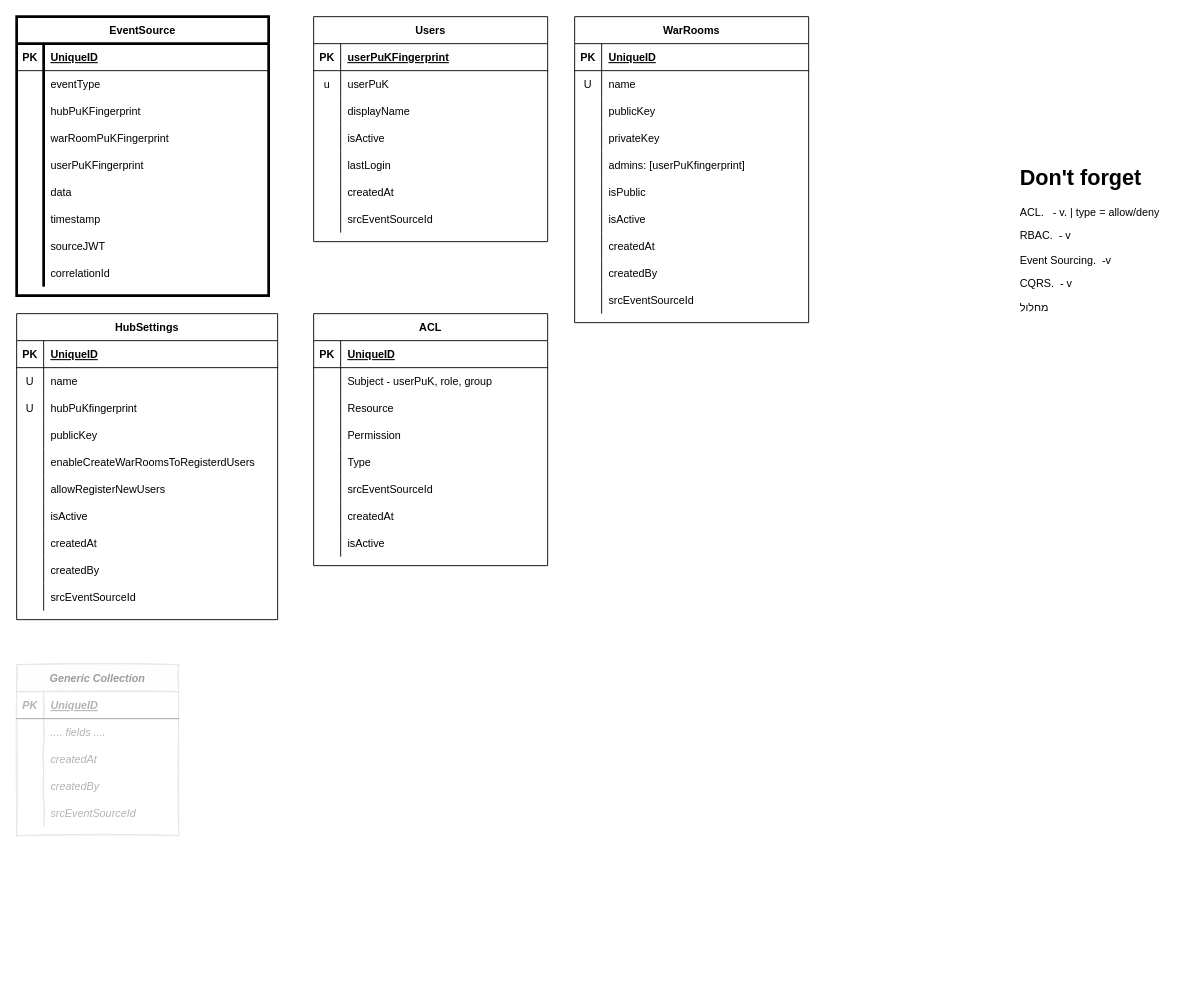
Before: page "ERD" (2 of 2) of docs/architecture/CWarRoom.drawio in alefbt/CivilWarRoom, a draw.io diagram. Source tidied: cells renumbered, new cells numbered last; positions are measured from the earlier drawing's top-left corner, leaving out a move shared by most shapes. Both pictures are drawn from the tidied source at 90%, with x=0, y=0 at pixel (16, 16).
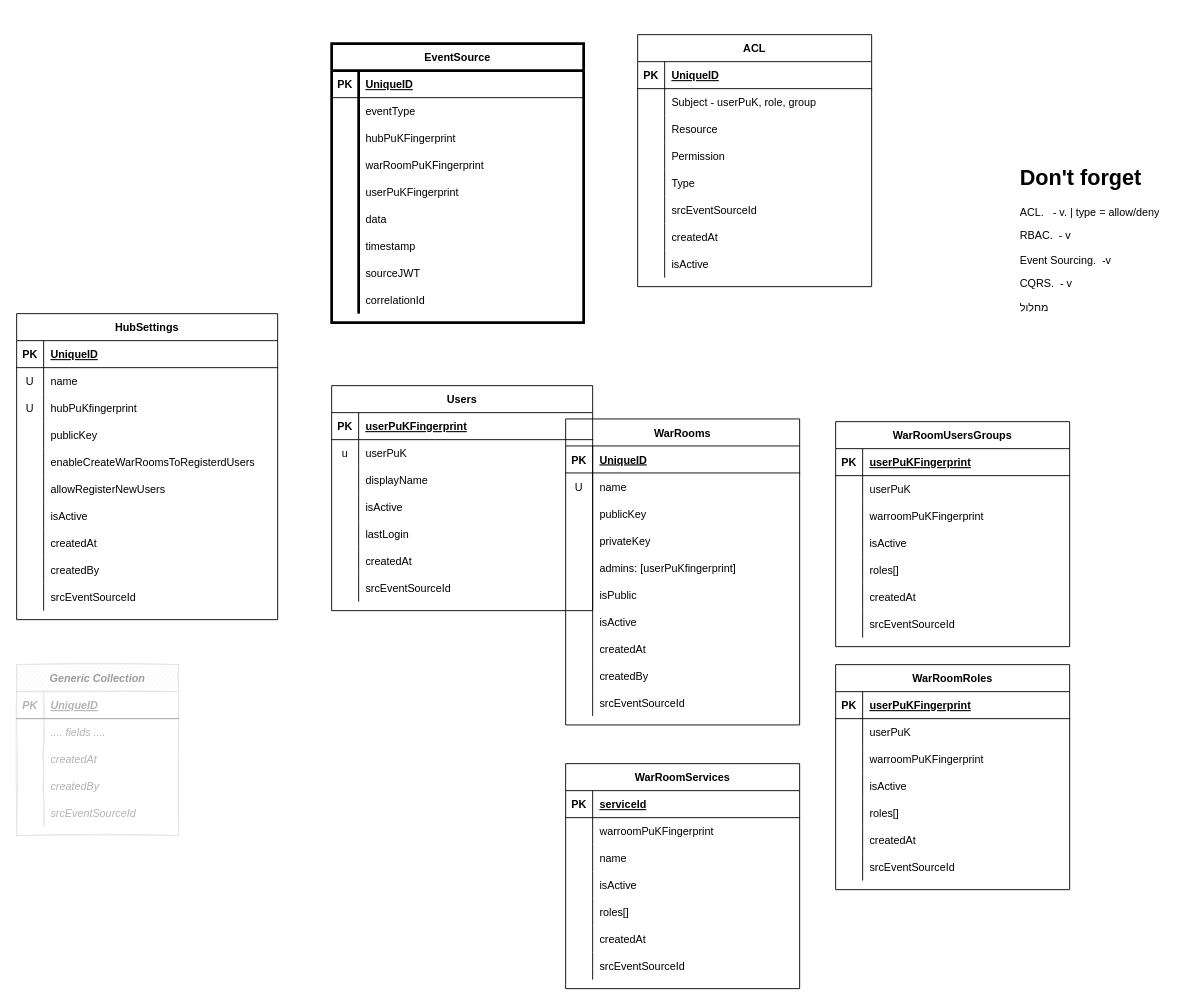
The same page after the edit.

Change to the diagram source:
```diff
@@
     <mxCell id="2" value="ACL" style="shape=table;startSize=30;childLayout=tableLayout;rowLines=0;fontStyle=1;align=center;" parent="1" vertex="1">
-      <mxGeometry x="330" y="330" width="260" height="280" as="geometry" />
+      <mxGeometry x="690" y="20" width="260" height="280" as="geometry" />
     </mxCell>
@@
     <mxCell id="27" value="WarRooms" style="shape=table;startSize=30;childLayout=tableLayout;rowLines=0;fontStyle=1;align=center;" parent="1" vertex="1">
-      <mxGeometry x="620" width="260" height="340" as="geometry" />
+      <mxGeometry x="610" y="447" width="260" height="340" as="geometry" />
     </mxCell>
@@
     <mxCell id="58" value="Users" style="shape=table;startSize=30;childLayout=tableLayout;rowLines=0;fontStyle=1;align=center;" parent="1" vertex="1">
-      <mxGeometry x="330" width="260" height="250" as="geometry" />
+      <mxGeometry x="350" y="410" width="290" height="250" as="geometry" />
     </mxCell>
     <mxCell id="59" style="shape=tableRow;horizontal=0;startSize=0;swimlaneHead=0;swimlaneBody=0;fillColor=none;top=0;left=0;right=0;bottom=1;" parent="58" vertex="1">
-      <mxGeometry y="30" width="260" height="30" as="geometry" />
+      <mxGeometry y="30" width="290" height="30" as="geometry" />
     </mxCell>
@@
     <mxCell id="61" value="userPuKFingerprint" style="shape=partialRectangle;fillColor=none;top=0;left=0;bottom=0;right=0;align=left;spacingLeft=6;fontStyle=5;overflow=hidden;" parent="59" vertex="1">
-      <mxGeometry x="30" width="230" height="30" as="geometry" />
+      <mxGeometry x="30" width="260" height="30" as="geometry" />
     </mxCell>
     <mxCell id="62" style="shape=tableRow;horizontal=0;startSize=0;swimlaneHead=0;swimlaneBody=0;fillColor=none;top=0;left=0;right=0;bottom=0;" parent="58" vertex="1">
-      <mxGeometry y="60" width="260" height="30" as="geometry" />
+      <mxGeometry y="60" width="290" height="30" as="geometry" />
     </mxCell>
@@
     <mxCell id="64" value="userPuK" style="shape=partialRectangle;fillColor=none;top=0;left=0;bottom=0;right=0;align=left;spacingLeft=6;overflow=hidden;" parent="62" vertex="1">
-      <mxGeometry x="30" width="230" height="30" as="geometry" />
+      <mxGeometry x="30" width="260" height="30" as="geometry" />
     </mxCell>
     <mxCell id="65" style="shape=tableRow;horizontal=0;startSize=0;swimlaneHead=0;swimlaneBody=0;fillColor=none;top=0;left=0;right=0;bottom=0;" parent="58" vertex="1">
-      <mxGeometry y="90" width="260" height="30" as="geometry" />
+      <mxGeometry y="90" width="290" height="30" as="geometry" />
     </mxCell>
@@
     <mxCell id="67" value="displayName" style="shape=partialRectangle;fillColor=none;top=0;left=0;bottom=0;right=0;align=left;spacingLeft=6;overflow=hidden;" parent="65" vertex="1">
-      <mxGeometry x="30" width="230" height="30" as="geometry" />
+      <mxGeometry x="30" width="260" height="30" as="geometry" />
     </mxCell>
     <mxCell id="68" style="shape=tableRow;horizontal=0;startSize=0;swimlaneHead=0;swimlaneBody=0;fillColor=none;top=0;left=0;right=0;bottom=0;" parent="58" vertex="1">
-      <mxGeometry y="120" width="260" height="30" as="geometry" />
+      <mxGeometry y="120" width="290" height="30" as="geometry" />
     </mxCell>
@@
     <mxCell id="70" value="isActive" style="shape=partialRectangle;fillColor=none;top=0;left=0;bottom=0;right=0;align=left;spacingLeft=6;overflow=hidden;" parent="68" vertex="1">
-      <mxGeometry x="30" width="230" height="30" as="geometry" />
+      <mxGeometry x="30" width="260" height="30" as="geometry" />
     </mxCell>
     <mxCell id="71" style="shape=tableRow;horizontal=0;startSize=0;swimlaneHead=0;swimlaneBody=0;fillColor=none;top=0;left=0;right=0;bottom=0;" parent="58" vertex="1">
-      <mxGeometry y="150" width="260" height="30" as="geometry" />
+      <mxGeometry y="150" width="290" height="30" as="geometry" />
     </mxCell>
@@
     <mxCell id="73" value="lastLogin" style="shape=partialRectangle;fillColor=none;top=0;left=0;bottom=0;right=0;align=left;spacingLeft=6;overflow=hidden;" parent="71" vertex="1">
-      <mxGeometry x="30" width="230" height="30" as="geometry" />
+      <mxGeometry x="30" width="260" height="30" as="geometry" />
     </mxCell>
     <mxCell id="74" style="shape=tableRow;horizontal=0;startSize=0;swimlaneHead=0;swimlaneBody=0;fillColor=none;top=0;left=0;right=0;bottom=0;" parent="58" vertex="1">
-      <mxGeometry y="180" width="260" height="30" as="geometry" />
+      <mxGeometry y="180" width="290" height="30" as="geometry" />
     </mxCell>
@@
     <mxCell id="76" value="createdAt" style="shape=partialRectangle;fillColor=none;top=0;left=0;bottom=0;right=0;align=left;spacingLeft=6;overflow=hidden;" parent="74" vertex="1">
-      <mxGeometry x="30" width="230" height="30" as="geometry" />
+      <mxGeometry x="30" width="260" height="30" as="geometry" />
     </mxCell>
     <mxCell id="77" style="shape=tableRow;horizontal=0;startSize=0;swimlaneHead=0;swimlaneBody=0;fillColor=none;top=0;left=0;right=0;bottom=0;" parent="58" vertex="1">
-      <mxGeometry y="210" width="260" height="30" as="geometry" />
+      <mxGeometry y="210" width="290" height="30" as="geometry" />
     </mxCell>
@@
     <mxCell id="79" value="srcEventSourceId" style="shape=partialRectangle;fillColor=none;top=0;left=0;bottom=0;right=0;align=left;spacingLeft=6;overflow=hidden;" parent="77" vertex="1">
-      <mxGeometry x="30" width="230" height="30" as="geometry" />
+      <mxGeometry x="30" width="260" height="30" as="geometry" />
     </mxCell>
     <mxCell id="80" value="EventSource" style="shape=table;startSize=30;childLayout=tableLayout;rowLines=0;fontStyle=1;align=center;strokeWidth=3;" parent="1" vertex="1">
-      <mxGeometry width="280" height="310" as="geometry" />
+      <mxGeometry x="350" y="30" width="280" height="310" as="geometry" />
     </mxCell>
@@
+    <mxCell id="157" value="WarRoomUsersGroups" style="shape=table;startSize=30;childLayout=tableLayout;rowLines=0;fontStyle=1;align=center;" parent="155" vertex="1">
+      <mxGeometry x="910" y="450" width="260" height="250" as="geometry" />
+    </mxCell>
+    <mxCell id="158" style="shape=tableRow;horizontal=0;startSize=0;swimlaneHead=0;swimlaneBody=0;fillColor=none;top=0;left=0;right=0;bottom=1;" parent="157" vertex="1">
+      <mxGeometry y="30" width="260" height="30" as="geometry" />
+    </mxCell>
+    <mxCell id="159" value="PK" style="shape=partialRectangle;fillColor=none;top=0;left=0;bottom=0;right=0;fontStyle=1;overflow=hidden;" parent="158" vertex="1">
+      <mxGeometry width="30" height="30" as="geometry" />
+    </mxCell>
+    <mxCell id="160" value="userPuKFingerprint" style="shape=partialRectangle;fillColor=none;top=0;left=0;bottom=0;right=0;align=left;spacingLeft=6;fontStyle=5;overflow=hidden;" parent="158" vertex="1">
+      <mxGeometry x="30" width="230" height="30" as="geometry" />
+    </mxCell>
+    <mxCell id="161" style="shape=tableRow;horizontal=0;startSize=0;swimlaneHead=0;swimlaneBody=0;fillColor=none;top=0;left=0;right=0;bottom=0;" parent="157" vertex="1">
+      <mxGeometry y="60" width="260" height="30" as="geometry" />
+    </mxCell>
+    <mxCell id="162" style="shape=partialRectangle;fillColor=none;top=0;left=0;bottom=0;right=0;overflow=hidden;" parent="161" vertex="1">
+      <mxGeometry width="30" height="30" as="geometry" />
+    </mxCell>
+    <mxCell id="163" value="userPuK" style="shape=partialRectangle;fillColor=none;top=0;left=0;bottom=0;right=0;align=left;spacingLeft=6;overflow=hidden;" parent="161" vertex="1">
+      <mxGeometry x="30" width="230" height="30" as="geometry" />
+    </mxCell>
+    <mxCell id="164" style="shape=tableRow;horizontal=0;startSize=0;swimlaneHead=0;swimlaneBody=0;fillColor=none;top=0;left=0;right=0;bottom=0;" parent="157" vertex="1">
+      <mxGeometry y="90" width="260" height="30" as="geometry" />
+    </mxCell>
+    <mxCell id="165" style="shape=partialRectangle;fillColor=none;top=0;left=0;bottom=0;right=0;overflow=hidden;" parent="164" vertex="1">
+      <mxGeometry width="30" height="30" as="geometry" />
+    </mxCell>
+    <mxCell id="166" value="warroomPuKFingerprint" style="shape=partialRectangle;fillColor=none;top=0;left=0;bottom=0;right=0;align=left;spacingLeft=6;overflow=hidden;" parent="164" vertex="1">
+      <mxGeometry x="30" width="230" height="30" as="geometry" />
+    </mxCell>
+    <mxCell id="167" style="shape=tableRow;horizontal=0;startSize=0;swimlaneHead=0;swimlaneBody=0;fillColor=none;top=0;left=0;right=0;bottom=0;" parent="157" vertex="1">
+      <mxGeometry y="120" width="260" height="30" as="geometry" />
+    </mxCell>
+    <mxCell id="168" style="shape=partialRectangle;fillColor=none;top=0;left=0;bottom=0;right=0;overflow=hidden;" parent="167" vertex="1">
+      <mxGeometry width="30" height="30" as="geometry" />
+    </mxCell>
+    <mxCell id="169" value="isActive" style="shape=partialRectangle;fillColor=none;top=0;left=0;bottom=0;right=0;align=left;spacingLeft=6;overflow=hidden;" parent="167" vertex="1">
+      <mxGeometry x="30" width="230" height="30" as="geometry" />
+    </mxCell>
+    <mxCell id="170" style="shape=tableRow;horizontal=0;startSize=0;swimlaneHead=0;swimlaneBody=0;fillColor=none;top=0;left=0;right=0;bottom=0;" parent="157" vertex="1">
+      <mxGeometry y="150" width="260" height="30" as="geometry" />
+    </mxCell>
+    <mxCell id="171" style="shape=partialRectangle;fillColor=none;top=0;left=0;bottom=0;right=0;overflow=hidden;" parent="170" vertex="1">
+      <mxGeometry width="30" height="30" as="geometry" />
+    </mxCell>
+    <mxCell id="172" value="roles[]" style="shape=partialRectangle;fillColor=none;top=0;left=0;bottom=0;right=0;align=left;spacingLeft=6;overflow=hidden;" parent="170" vertex="1">
+      <mxGeometry x="30" width="230" height="30" as="geometry" />
+    </mxCell>
+    <mxCell id="173" style="shape=tableRow;horizontal=0;startSize=0;swimlaneHead=0;swimlaneBody=0;fillColor=none;top=0;left=0;right=0;bottom=0;" parent="157" vertex="1">
+      <mxGeometry y="180" width="260" height="30" as="geometry" />
+    </mxCell>
+    <mxCell id="174" style="shape=partialRectangle;fillColor=none;top=0;left=0;bottom=0;right=0;overflow=hidden;" parent="173" vertex="1">
+      <mxGeometry width="30" height="30" as="geometry" />
+    </mxCell>
+    <mxCell id="175" value="createdAt" style="shape=partialRectangle;fillColor=none;top=0;left=0;bottom=0;right=0;align=left;spacingLeft=6;overflow=hidden;" parent="173" vertex="1">
+      <mxGeometry x="30" width="230" height="30" as="geometry" />
+    </mxCell>
+    <mxCell id="176" style="shape=tableRow;horizontal=0;startSize=0;swimlaneHead=0;swimlaneBody=0;fillColor=none;top=0;left=0;right=0;bottom=0;" parent="157" vertex="1">
+      <mxGeometry y="210" width="260" height="30" as="geometry" />
+    </mxCell>
+    <mxCell id="177" style="shape=partialRectangle;fillColor=none;top=0;left=0;bottom=0;right=0;overflow=hidden;" parent="176" vertex="1">
+      <mxGeometry width="30" height="30" as="geometry" />
+    </mxCell>
+    <mxCell id="178" value="srcEventSourceId" style="shape=partialRectangle;fillColor=none;top=0;left=0;bottom=0;right=0;align=left;spacingLeft=6;overflow=hidden;" parent="176" vertex="1">
+      <mxGeometry x="30" width="230" height="30" as="geometry" />
+    </mxCell>
+    <mxCell id="179" value="WarRoomRoles" style="shape=table;startSize=30;childLayout=tableLayout;rowLines=0;fontStyle=1;align=center;" parent="155" vertex="1">
+      <mxGeometry x="910" y="720" width="260" height="250" as="geometry" />
+    </mxCell>
+    <mxCell id="180" style="shape=tableRow;horizontal=0;startSize=0;swimlaneHead=0;swimlaneBody=0;fillColor=none;top=0;left=0;right=0;bottom=1;" parent="179" vertex="1">
+      <mxGeometry y="30" width="260" height="30" as="geometry" />
+    </mxCell>
+    <mxCell id="181" value="PK" style="shape=partialRectangle;fillColor=none;top=0;left=0;bottom=0;right=0;fontStyle=1;overflow=hidden;" parent="180" vertex="1">
+      <mxGeometry width="30" height="30" as="geometry" />
+    </mxCell>
+    <mxCell id="182" value="userPuKFingerprint" style="shape=partialRectangle;fillColor=none;top=0;left=0;bottom=0;right=0;align=left;spacingLeft=6;fontStyle=5;overflow=hidden;" parent="180" vertex="1">
+      <mxGeometry x="30" width="230" height="30" as="geometry" />
+    </mxCell>
+    <mxCell id="183" style="shape=tableRow;horizontal=0;startSize=0;swimlaneHead=0;swimlaneBody=0;fillColor=none;top=0;left=0;right=0;bottom=0;" parent="179" vertex="1">
+      <mxGeometry y="60" width="260" height="30" as="geometry" />
+    </mxCell>
+    <mxCell id="184" style="shape=partialRectangle;fillColor=none;top=0;left=0;bottom=0;right=0;overflow=hidden;" parent="183" vertex="1">
+      <mxGeometry width="30" height="30" as="geometry" />
+    </mxCell>
+    <mxCell id="185" value="userPuK" style="shape=partialRectangle;fillColor=none;top=0;left=0;bottom=0;right=0;align=left;spacingLeft=6;overflow=hidden;" parent="183" vertex="1">
+      <mxGeometry x="30" width="230" height="30" as="geometry" />
+    </mxCell>
+    <mxCell id="186" style="shape=tableRow;horizontal=0;startSize=0;swimlaneHead=0;swimlaneBody=0;fillColor=none;top=0;left=0;right=0;bottom=0;" parent="179" vertex="1">
+      <mxGeometry y="90" width="260" height="30" as="geometry" />
+    </mxCell>
+    <mxCell id="187" style="shape=partialRectangle;fillColor=none;top=0;left=0;bottom=0;right=0;overflow=hidden;" parent="186" vertex="1">
+      <mxGeometry width="30" height="30" as="geometry" />
+    </mxCell>
+    <mxCell id="188" value="warroomPuKFingerprint" style="shape=partialRectangle;fillColor=none;top=0;left=0;bottom=0;right=0;align=left;spacingLeft=6;overflow=hidden;" parent="186" vertex="1">
+      <mxGeometry x="30" width="230" height="30" as="geometry" />
+    </mxCell>
+    <mxCell id="189" style="shape=tableRow;horizontal=0;startSize=0;swimlaneHead=0;swimlaneBody=0;fillColor=none;top=0;left=0;right=0;bottom=0;" parent="179" vertex="1">
+      <mxGeometry y="120" width="260" height="30" as="geometry" />
+    </mxCell>
+    <mxCell id="190" style="shape=partialRectangle;fillColor=none;top=0;left=0;bottom=0;right=0;overflow=hidden;" parent="189" vertex="1">
+      <mxGeometry width="30" height="30" as="geometry" />
+    </mxCell>
+    <mxCell id="191" value="isActive" style="shape=partialRectangle;fillColor=none;top=0;left=0;bottom=0;right=0;align=left;spacingLeft=6;overflow=hidden;" parent="189" vertex="1">
+      <mxGeometry x="30" width="230" height="30" as="geometry" />
+    </mxCell>
+    <mxCell id="192" style="shape=tableRow;horizontal=0;startSize=0;swimlaneHead=0;swimlaneBody=0;fillColor=none;top=0;left=0;right=0;bottom=0;" parent="179" vertex="1">
+      <mxGeometry y="150" width="260" height="30" as="geometry" />
+    </mxCell>
+    <mxCell id="193" style="shape=partialRectangle;fillColor=none;top=0;left=0;bottom=0;right=0;overflow=hidden;" parent="192" vertex="1">
+      <mxGeometry width="30" height="30" as="geometry" />
+    </mxCell>
+    <mxCell id="194" value="roles[]" style="shape=partialRectangle;fillColor=none;top=0;left=0;bottom=0;right=0;align=left;spacingLeft=6;overflow=hidden;" parent="192" vertex="1">
+      <mxGeometry x="30" width="230" height="30" as="geometry" />
+    </mxCell>
+    <mxCell id="195" style="shape=tableRow;horizontal=0;startSize=0;swimlaneHead=0;swimlaneBody=0;fillColor=none;top=0;left=0;right=0;bottom=0;" parent="179" vertex="1">
+      <mxGeometry y="180" width="260" height="30" as="geometry" />
+    </mxCell>
+    <mxCell id="196" style="shape=partialRectangle;fillColor=none;top=0;left=0;bottom=0;right=0;overflow=hidden;" parent="195" vertex="1">
+      <mxGeometry width="30" height="30" as="geometry" />
+    </mxCell>
+    <mxCell id="197" value="createdAt" style="shape=partialRectangle;fillColor=none;top=0;left=0;bottom=0;right=0;align=left;spacingLeft=6;overflow=hidden;" parent="195" vertex="1">
+      <mxGeometry x="30" width="230" height="30" as="geometry" />
+    </mxCell>
+    <mxCell id="198" style="shape=tableRow;horizontal=0;startSize=0;swimlaneHead=0;swimlaneBody=0;fillColor=none;top=0;left=0;right=0;bottom=0;" parent="179" vertex="1">
+      <mxGeometry y="210" width="260" height="30" as="geometry" />
+    </mxCell>
+    <mxCell id="199" style="shape=partialRectangle;fillColor=none;top=0;left=0;bottom=0;right=0;overflow=hidden;" parent="198" vertex="1">
+      <mxGeometry width="30" height="30" as="geometry" />
+    </mxCell>
+    <mxCell id="200" value="srcEventSourceId" style="shape=partialRectangle;fillColor=none;top=0;left=0;bottom=0;right=0;align=left;spacingLeft=6;overflow=hidden;" parent="198" vertex="1">
+      <mxGeometry x="30" width="230" height="30" as="geometry" />
+    </mxCell>
+    <mxCell id="201" value="WarRoomServices" style="shape=table;startSize=30;childLayout=tableLayout;rowLines=0;fontStyle=1;align=center;" parent="155" vertex="1">
+      <mxGeometry x="610" y="830" width="260" height="250" as="geometry" />
+    </mxCell>
+    <mxCell id="202" style="shape=tableRow;horizontal=0;startSize=0;swimlaneHead=0;swimlaneBody=0;fillColor=none;top=0;left=0;right=0;bottom=1;" parent="201" vertex="1">
+      <mxGeometry y="30" width="260" height="30" as="geometry" />
+    </mxCell>
+    <mxCell id="203" value="PK" style="shape=partialRectangle;fillColor=none;top=0;left=0;bottom=0;right=0;fontStyle=1;overflow=hidden;" parent="202" vertex="1">
+      <mxGeometry width="30" height="30" as="geometry" />
+    </mxCell>
+    <mxCell id="204" value="serviceId" style="shape=partialRectangle;fillColor=none;top=0;left=0;bottom=0;right=0;align=left;spacingLeft=6;fontStyle=5;overflow=hidden;" parent="202" vertex="1">
+      <mxGeometry x="30" width="230" height="30" as="geometry" />
+    </mxCell>
+    <mxCell id="205" style="shape=tableRow;horizontal=0;startSize=0;swimlaneHead=0;swimlaneBody=0;fillColor=none;top=0;left=0;right=0;bottom=0;" parent="201" vertex="1">
+      <mxGeometry y="60" width="260" height="30" as="geometry" />
+    </mxCell>
+    <mxCell id="206" style="shape=partialRectangle;fillColor=none;top=0;left=0;bottom=0;right=0;overflow=hidden;" parent="205" vertex="1">
+      <mxGeometry width="30" height="30" as="geometry" />
+    </mxCell>
+    <mxCell id="207" value="warroomPuKFingerprint" style="shape=partialRectangle;fillColor=none;top=0;left=0;bottom=0;right=0;align=left;spacingLeft=6;overflow=hidden;" parent="205" vertex="1">
+      <mxGeometry x="30" width="230" height="30" as="geometry" />
+    </mxCell>
+    <mxCell id="208" style="shape=tableRow;horizontal=0;startSize=0;swimlaneHead=0;swimlaneBody=0;fillColor=none;top=0;left=0;right=0;bottom=0;" parent="201" vertex="1">
+      <mxGeometry y="90" width="260" height="30" as="geometry" />
+    </mxCell>
+    <mxCell id="209" style="shape=partialRectangle;fillColor=none;top=0;left=0;bottom=0;right=0;overflow=hidden;" parent="208" vertex="1">
+      <mxGeometry width="30" height="30" as="geometry" />
+    </mxCell>
+    <mxCell id="210" value="name" style="shape=partialRectangle;fillColor=none;top=0;left=0;bottom=0;right=0;align=left;spacingLeft=6;overflow=hidden;" parent="208" vertex="1">
+      <mxGeometry x="30" width="230" height="30" as="geometry" />
+    </mxCell>
+    <mxCell id="211" style="shape=tableRow;horizontal=0;startSize=0;swimlaneHead=0;swimlaneBody=0;fillColor=none;top=0;left=0;right=0;bottom=0;" parent="201" vertex="1">
+      <mxGeometry y="120" width="260" height="30" as="geometry" />
+    </mxCell>
+    <mxCell id="212" style="shape=partialRectangle;fillColor=none;top=0;left=0;bottom=0;right=0;overflow=hidden;" parent="211" vertex="1">
+      <mxGeometry width="30" height="30" as="geometry" />
+    </mxCell>
+    <mxCell id="213" value="isActive" style="shape=partialRectangle;fillColor=none;top=0;left=0;bottom=0;right=0;align=left;spacingLeft=6;overflow=hidden;" parent="211" vertex="1">
+      <mxGeometry x="30" width="230" height="30" as="geometry" />
+    </mxCell>
+    <mxCell id="214" style="shape=tableRow;horizontal=0;startSize=0;swimlaneHead=0;swimlaneBody=0;fillColor=none;top=0;left=0;right=0;bottom=0;" parent="201" vertex="1">
+      <mxGeometry y="150" width="260" height="30" as="geometry" />
+    </mxCell>
+    <mxCell id="215" style="shape=partialRectangle;fillColor=none;top=0;left=0;bottom=0;right=0;overflow=hidden;" parent="214" vertex="1">
+      <mxGeometry width="30" height="30" as="geometry" />
+    </mxCell>
+    <mxCell id="216" value="roles[]" style="shape=partialRectangle;fillColor=none;top=0;left=0;bottom=0;right=0;align=left;spacingLeft=6;overflow=hidden;" parent="214" vertex="1">
+      <mxGeometry x="30" width="230" height="30" as="geometry" />
+    </mxCell>
+    <mxCell id="217" style="shape=tableRow;horizontal=0;startSize=0;swimlaneHead=0;swimlaneBody=0;fillColor=none;top=0;left=0;right=0;bottom=0;" parent="201" vertex="1">
+      <mxGeometry y="180" width="260" height="30" as="geometry" />
+    </mxCell>
+    <mxCell id="218" style="shape=partialRectangle;fillColor=none;top=0;left=0;bottom=0;right=0;overflow=hidden;" parent="217" vertex="1">
+      <mxGeometry width="30" height="30" as="geometry" />
+    </mxCell>
+    <mxCell id="219" value="createdAt" style="shape=partialRectangle;fillColor=none;top=0;left=0;bottom=0;right=0;align=left;spacingLeft=6;overflow=hidden;" parent="217" vertex="1">
+      <mxGeometry x="30" width="230" height="30" as="geometry" />
+    </mxCell>
+    <mxCell id="220" style="shape=tableRow;horizontal=0;startSize=0;swimlaneHead=0;swimlaneBody=0;fillColor=none;top=0;left=0;right=0;bottom=0;" parent="201" vertex="1">
+      <mxGeometry y="210" width="260" height="30" as="geometry" />
+    </mxCell>
+    <mxCell id="221" style="shape=partialRectangle;fillColor=none;top=0;left=0;bottom=0;right=0;overflow=hidden;" parent="220" vertex="1">
+      <mxGeometry width="30" height="30" as="geometry" />
+    </mxCell>
+    <mxCell id="222" value="srcEventSourceId" style="shape=partialRectangle;fillColor=none;top=0;left=0;bottom=0;right=0;align=left;spacingLeft=6;overflow=hidden;" parent="220" vertex="1">
+      <mxGeometry x="30" width="230" height="30" as="geometry" />
+    </mxCell>
```
